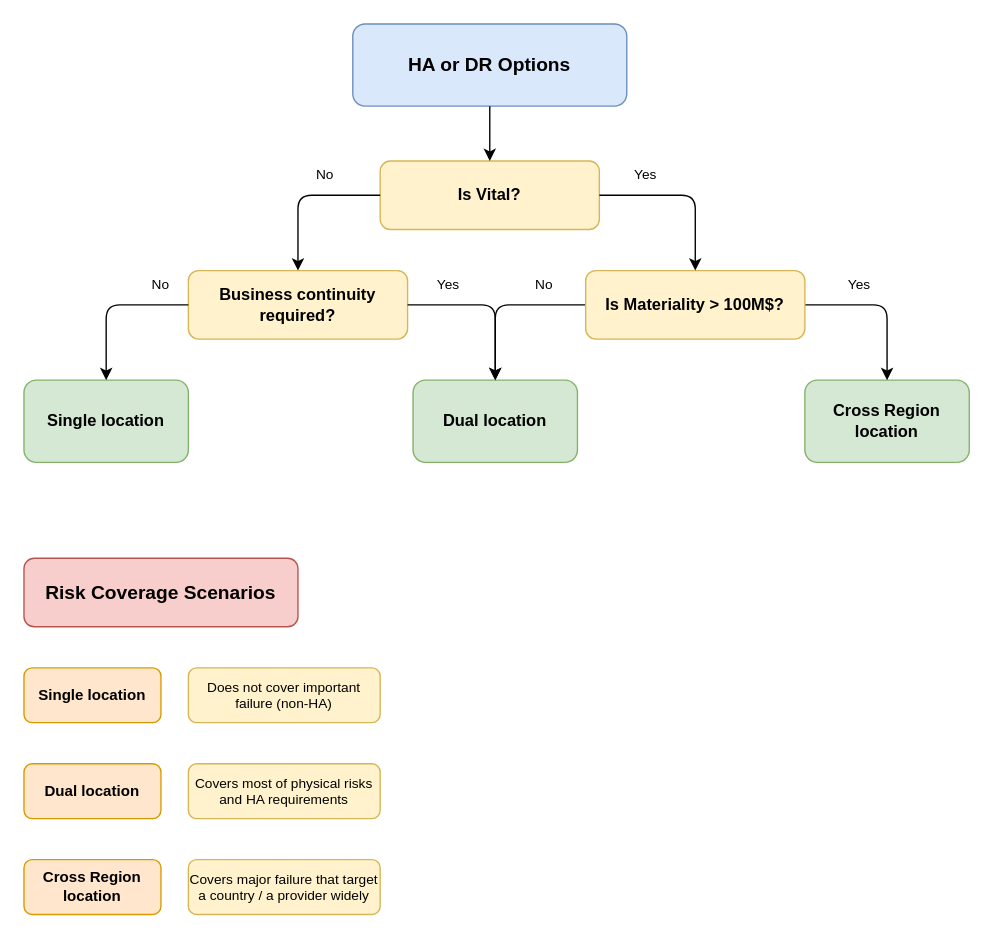
anthonygea/mycv keeps this draw.io diagram as page "HA-DR" (2 of 3) of DR-DecisionTree.drawio. Above is the earlier version. Source tidied: cells renumbered, new cells numbered last; positions are measured from the earlier drawing's top-left corner, leaving out a move shared by most shapes. Both pictures are drawn from the tidied source at 137%, with x=0, y=0 at pixel (23, 23).
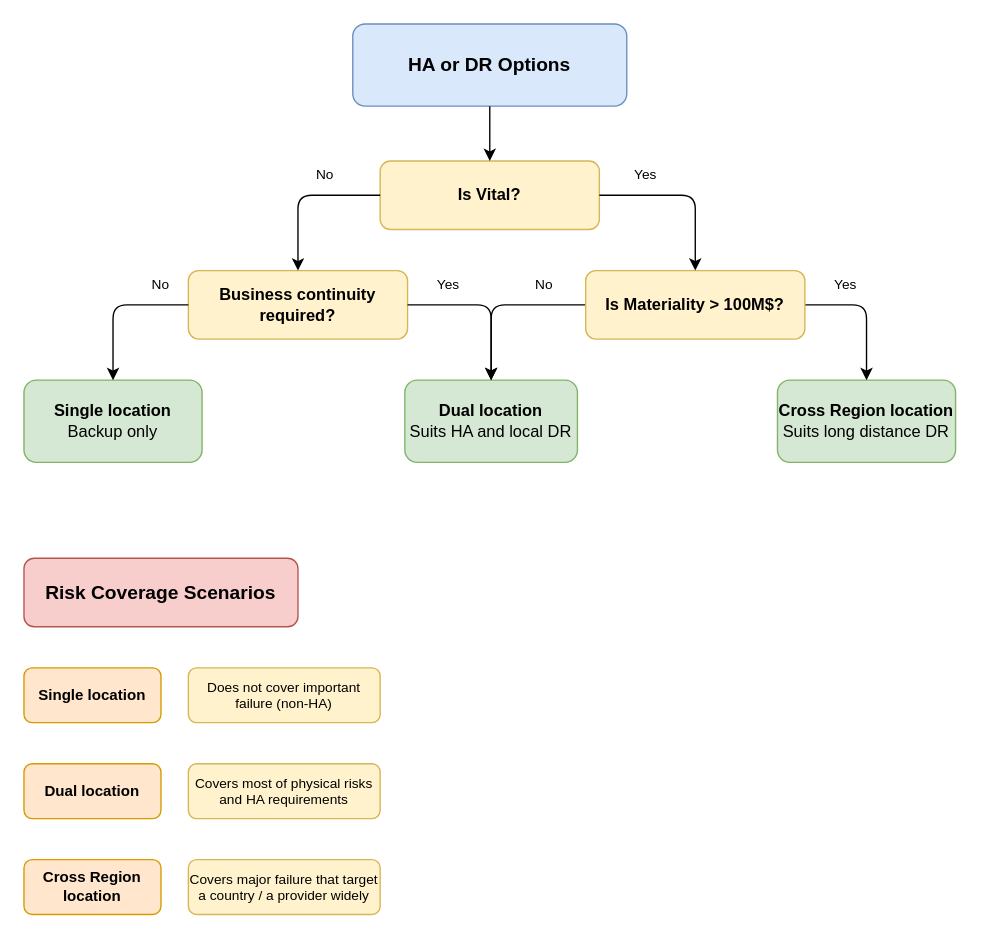
The same page after the edit.

Diff of the diagram source:
```diff
@@
-    <mxCell id="5" value="Dual location" style="rounded=1;whiteSpace=wrap;html=1;fillColor=#d5e8d4;strokeColor=#82b366;fontSize=12;fontStyle=1;" parent="1" vertex="1">
-      <mxGeometry x="284" y="260" width="120" height="60" as="geometry" />
+    <mxCell id="5" value="Dual location&lt;div&gt;&lt;span style=&quot;font-weight: normal;&quot;&gt;Suits HA and local DR&lt;/span&gt;&lt;/div&gt;" style="rounded=1;whiteSpace=wrap;html=1;fillColor=#d5e8d4;strokeColor=#82b366;fontSize=12;fontStyle=1;" parent="1" vertex="1">
+      <mxGeometry x="278" y="260" width="126" height="60" as="geometry" />
     </mxCell>
-    <mxCell id="6" value="Cross Region location" style="rounded=1;whiteSpace=wrap;html=1;fillColor=#d5e8d4;strokeColor=#82b366;fontSize=12;fontStyle=1;" parent="1" vertex="1">
-      <mxGeometry x="570" y="260" width="120" height="60" as="geometry" />
+    <mxCell id="6" value="Cross Region location&lt;div&gt;&lt;span style=&quot;font-weight: normal;&quot;&gt;Suits long distance DR&lt;/span&gt;&lt;/div&gt;" style="rounded=1;whiteSpace=wrap;html=1;fillColor=#d5e8d4;strokeColor=#82b366;fontSize=12;fontStyle=1;" parent="1" vertex="1">
+      <mxGeometry x="550" y="260" width="130" height="60" as="geometry" />
     </mxCell>
@@
-    <mxCell id="15" value="Single location" style="rounded=1;whiteSpace=wrap;html=1;fillColor=#d5e8d4;strokeColor=#82b366;fontSize=12;fontStyle=1;" parent="1" vertex="1">
-      <mxGeometry y="260" width="120" height="60" as="geometry" />
+    <mxCell id="15" value="Single location&lt;div&gt;&lt;span style=&quot;font-weight: normal;&quot;&gt;Backup only&lt;/span&gt;&lt;/div&gt;" style="rounded=1;whiteSpace=wrap;html=1;fillColor=#d5e8d4;strokeColor=#82b366;fontSize=12;fontStyle=1;" parent="1" vertex="1">
+      <mxGeometry y="260" width="130" height="60" as="geometry" />
     </mxCell>
@@
     <mxCell id="19" value="Yes" style="text;html=1;strokeColor=none;fillColor=none;align=center;verticalAlign=middle;whiteSpace=wrap;rounded=0;fontSize=10;" parent="1" vertex="1">
-      <mxGeometry x="560" y="180" width="100" height="20" as="geometry" />
+      <mxGeometry x="550" y="180" width="100" height="20" as="geometry" />
     </mxCell>
```
